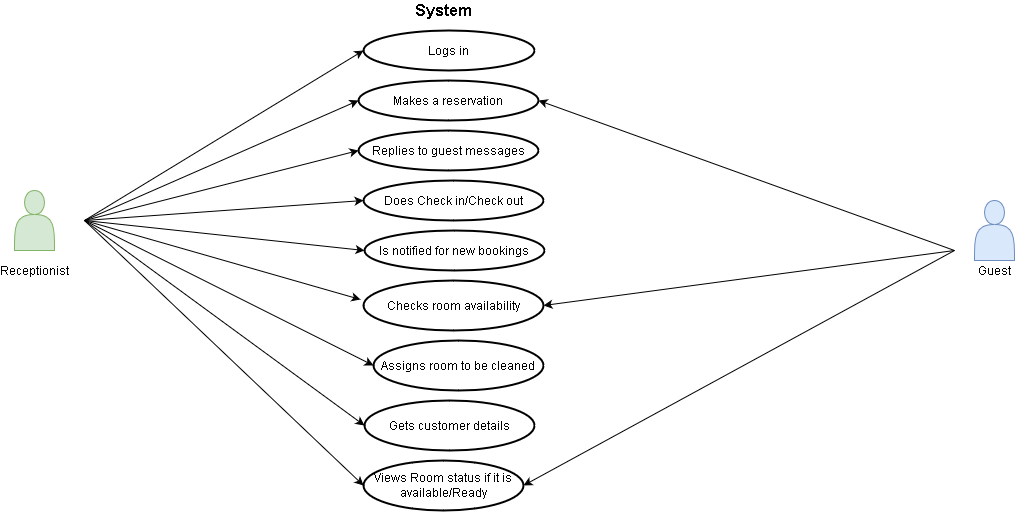
Earlier version of the draw.io export Diagrams/Use Case/Receptionist.png (Sonja17/Hotel-Management-System). Source tidied: cells renumbered, new cells last; positions are measured from the earlier drawing's top-left corner, leaving out a move shared by most shapes. Its diagram source:
```xml
<mxGraphModel>
  <root>
    <mxCell id="0" />
    <mxCell id="1" parent="0" />
    <mxCell id="2" style="shape=actor;whiteSpace=wrap;html=1;fillColor=#d5e8d4;strokeColor=#82b366;" parent="1" vertex="1">
      <mxGeometry y="190" width="40" height="60" as="geometry" />
    </mxCell>
    <mxCell id="3" value="Receptionist" style="text;html=1;strokeColor=none;fillColor=none;align=center;verticalAlign=middle;whiteSpace=wrap;rounded=0;" parent="1" vertex="1">
      <mxGeometry y="260" width="40" height="20" as="geometry" />
    </mxCell>
    <mxCell id="4" value="&lt;font style=&quot;font-size: 16px&quot;&gt;&lt;b&gt;System&lt;/b&gt;&lt;/font&gt;" style="text;html=1;strokeColor=none;fillColor=none;align=center;verticalAlign=middle;whiteSpace=wrap;rounded=0;" parent="1" vertex="1">
      <mxGeometry x="409" width="40" height="20" as="geometry" />
    </mxCell>
    <mxCell id="5" value="Logs in " style="strokeWidth=2;html=1;shape=mxgraph.flowchart.start_1;whiteSpace=wrap;" parent="1" vertex="1">
      <mxGeometry x="349" y="30" width="171" height="40" as="geometry" />
    </mxCell>
    <mxCell id="6" value="Makes a reservation" style="strokeWidth=2;html=1;shape=mxgraph.flowchart.start_1;whiteSpace=wrap;" parent="1" vertex="1">
      <mxGeometry x="344" y="80" width="180" height="40" as="geometry" />
    </mxCell>
    <mxCell id="7" value="Replies to guest messages" style="strokeWidth=2;html=1;shape=mxgraph.flowchart.start_1;whiteSpace=wrap;" parent="1" vertex="1">
      <mxGeometry x="344" y="130" width="180" height="40" as="geometry" />
    </mxCell>
    <mxCell id="8" value="Does Check in/Check out" style="strokeWidth=2;html=1;shape=mxgraph.flowchart.start_1;whiteSpace=wrap;" parent="1" vertex="1">
      <mxGeometry x="349" y="180" width="180" height="40" as="geometry" />
    </mxCell>
    <mxCell id="9" value="Is notified for new bookings" style="strokeWidth=2;html=1;shape=mxgraph.flowchart.start_1;whiteSpace=wrap;" parent="1" vertex="1">
      <mxGeometry x="350" y="230" width="180" height="40" as="geometry" />
    </mxCell>
    <mxCell id="10" value="Checks room availability" style="strokeWidth=2;html=1;shape=mxgraph.flowchart.start_1;whiteSpace=wrap;" parent="1" vertex="1">
      <mxGeometry x="349" y="280" width="180" height="50" as="geometry" />
    </mxCell>
    <mxCell id="11" value="Assigns room to be cleaned" style="strokeWidth=2;html=1;shape=mxgraph.flowchart.start_1;whiteSpace=wrap;" parent="1" vertex="1">
      <mxGeometry x="359" y="340" width="170" height="50" as="geometry" />
    </mxCell>
    <mxCell id="12" value="Gets customer details" style="strokeWidth=2;html=1;shape=mxgraph.flowchart.start_1;whiteSpace=wrap;" parent="1" vertex="1">
      <mxGeometry x="350" y="400" width="170" height="50" as="geometry" />
    </mxCell>
    <mxCell id="13" style="endArrow=classic;html=1;entryX=0;entryY=0.5;entryDx=0;entryDy=0;entryPerimeter=0;" parent="1" edge="1" target="5">
      <mxGeometry relative="1" as="geometry">
        <mxPoint x="70" y="220" as="sourcePoint" />
      </mxGeometry>
    </mxCell>
    <mxCell id="14" style="endArrow=classic;html=1;entryX=0;entryY=0.5;entryDx=0;entryDy=0;entryPerimeter=0;" parent="1" edge="1" target="6">
      <mxGeometry relative="1" as="geometry">
        <mxPoint x="70" y="220" as="sourcePoint" />
      </mxGeometry>
    </mxCell>
    <mxCell id="15" style="endArrow=classic;html=1;entryX=0;entryY=0.5;entryDx=0;entryDy=0;entryPerimeter=0;" parent="1" edge="1" target="8">
      <mxGeometry relative="1" as="geometry">
        <mxPoint x="70" y="220" as="sourcePoint" />
      </mxGeometry>
    </mxCell>
    <mxCell id="16" style="endArrow=classic;html=1;entryX=0;entryY=0.5;entryDx=0;entryDy=0;entryPerimeter=0;" parent="1" edge="1" target="7">
      <mxGeometry relative="1" as="geometry">
        <mxPoint x="70" y="220" as="sourcePoint" />
      </mxGeometry>
    </mxCell>
    <mxCell id="17" style="endArrow=classic;html=1;entryX=0;entryY=0.5;entryDx=0;entryDy=0;entryPerimeter=0;" parent="1" edge="1" target="9">
      <mxGeometry relative="1" as="geometry">
        <mxPoint x="70" y="220" as="sourcePoint" />
      </mxGeometry>
    </mxCell>
    <mxCell id="18" style="endArrow=classic;html=1;entryX=-0.017;entryY=0.38;entryDx=0;entryDy=0;entryPerimeter=0;" parent="1" edge="1" target="10">
      <mxGeometry relative="1" as="geometry">
        <mxPoint x="70" y="220" as="sourcePoint" />
      </mxGeometry>
    </mxCell>
    <mxCell id="19" style="endArrow=classic;html=1;entryX=0;entryY=0.5;entryDx=0;entryDy=0;entryPerimeter=0;" parent="1" edge="1" target="11">
      <mxGeometry relative="1" as="geometry">
        <mxPoint x="70" y="220" as="sourcePoint" />
      </mxGeometry>
    </mxCell>
    <mxCell id="20" style="endArrow=classic;html=1;entryX=0;entryY=0.5;entryDx=0;entryDy=0;entryPerimeter=0;" parent="1" edge="1" target="12">
      <mxGeometry relative="1" as="geometry">
        <mxPoint x="70" y="220" as="sourcePoint" />
      </mxGeometry>
    </mxCell>
    <mxCell id="21" style="shape=actor;whiteSpace=wrap;html=1;fillColor=#dae8fc;strokeColor=#6c8ebf;" parent="1" vertex="1">
      <mxGeometry x="960" y="200" width="40" height="60" as="geometry" />
    </mxCell>
    <mxCell id="22" value="Guest" style="text;html=1;strokeColor=none;fillColor=none;align=center;verticalAlign=middle;whiteSpace=wrap;rounded=0;" parent="1" vertex="1">
      <mxGeometry x="960" y="260" width="40" height="20" as="geometry" />
    </mxCell>
    <mxCell id="23" style="endArrow=classic;html=1;entryX=1;entryY=0.5;entryDx=0;entryDy=0;entryPerimeter=0;" parent="1" edge="1" target="6">
      <mxGeometry relative="1" as="geometry">
        <mxPoint x="940" y="250" as="sourcePoint" />
      </mxGeometry>
    </mxCell>
    <mxCell id="24" style="endArrow=classic;html=1;entryX=1;entryY=0.5;entryDx=0;entryDy=0;entryPerimeter=0;" parent="1" edge="1" target="10">
      <mxGeometry relative="1" as="geometry">
        <mxPoint x="940" y="250" as="sourcePoint" />
      </mxGeometry>
    </mxCell>
    <mxCell id="25" value="Views Room status if it is available/Ready" style="strokeWidth=2;html=1;shape=mxgraph.flowchart.start_1;whiteSpace=wrap;" parent="1" vertex="1">
      <mxGeometry x="349" y="460" width="160" height="50" as="geometry" />
    </mxCell>
    <mxCell id="26" style="endArrow=classic;html=1;entryX=0;entryY=0.5;entryDx=0;entryDy=0;entryPerimeter=0;" parent="1" edge="1" target="25">
      <mxGeometry relative="1" as="geometry">
        <mxPoint x="70" y="220" as="sourcePoint" />
      </mxGeometry>
    </mxCell>
    <mxCell id="27" style="endArrow=classic;html=1;entryX=1;entryY=0.5;entryDx=0;entryDy=0;entryPerimeter=0;" parent="1" edge="1" target="25">
      <mxGeometry relative="1" as="geometry">
        <mxPoint x="940" y="250" as="sourcePoint" />
      </mxGeometry>
    </mxCell>
  </root>
</mxGraphModel>
```
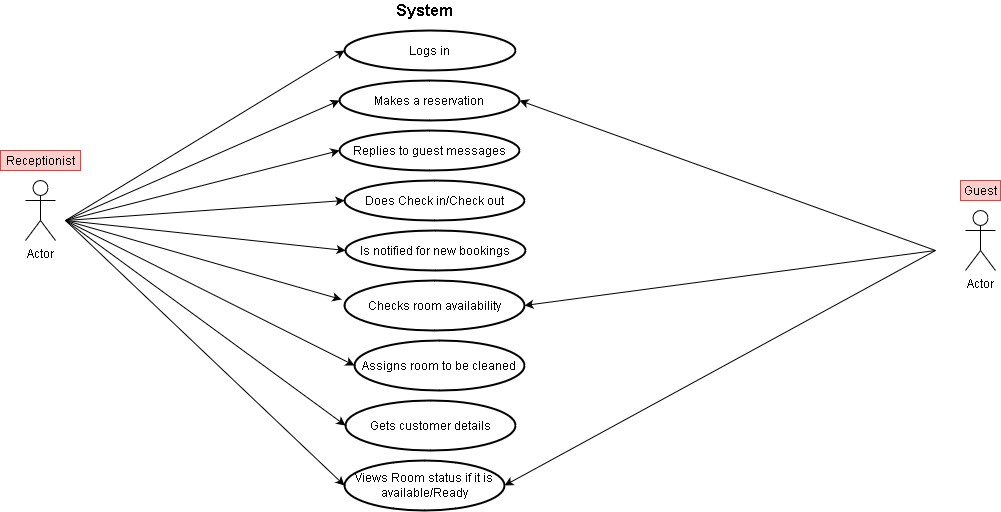
Above is the later version.

Diff of the diagram source:
```diff
@@ -2,12 +2,6 @@
   <root>
     <mxCell id="0" />
     <mxCell id="1" parent="0" />
-    <mxCell id="2" style="shape=actor;whiteSpace=wrap;html=1;fillColor=#d5e8d4;strokeColor=#82b366;" parent="1" vertex="1">
-      <mxGeometry y="190" width="40" height="60" as="geometry" />
-    </mxCell>
-    <mxCell id="3" value="Receptionist" style="text;html=1;strokeColor=none;fillColor=none;align=center;verticalAlign=middle;whiteSpace=wrap;rounded=0;" parent="1" vertex="1">
-      <mxGeometry y="260" width="40" height="20" as="geometry" />
-    </mxCell>
     <mxCell id="4" value="&lt;font style=&quot;font-size: 16px&quot;&gt;&lt;b&gt;System&lt;/b&gt;&lt;/font&gt;" style="text;html=1;strokeColor=none;fillColor=none;align=center;verticalAlign=middle;whiteSpace=wrap;rounded=0;" parent="1" vertex="1">
       <mxGeometry x="409" width="40" height="20" as="geometry" />
     </mxCell>
@@ -75,11 +69,8 @@
         <mxPoint x="70" y="220" as="sourcePoint" />
       </mxGeometry>
     </mxCell>
-    <mxCell id="21" style="shape=actor;whiteSpace=wrap;html=1;fillColor=#dae8fc;strokeColor=#6c8ebf;" parent="1" vertex="1">
-      <mxGeometry x="960" y="200" width="40" height="60" as="geometry" />
-    </mxCell>
-    <mxCell id="22" value="Guest" style="text;html=1;strokeColor=none;fillColor=none;align=center;verticalAlign=middle;whiteSpace=wrap;rounded=0;" parent="1" vertex="1">
-      <mxGeometry x="960" y="260" width="40" height="20" as="geometry" />
+    <mxCell id="22" value="Guest" style="text;html=1;strokeColor=#b85450;fillColor=#f8cecc;align=center;verticalAlign=middle;whiteSpace=wrap;rounded=0;" parent="1" vertex="1">
+      <mxGeometry x="965" y="180" width="40" height="20" as="geometry" />
     </mxCell>
     <mxCell id="23" style="endArrow=classic;html=1;entryX=1;entryY=0.5;entryDx=0;entryDy=0;entryPerimeter=0;" parent="1" edge="1" target="6">
       <mxGeometry relative="1" as="geometry">
@@ -104,5 +95,14 @@
         <mxPoint x="940" y="250" as="sourcePoint" />
       </mxGeometry>
     </mxCell>
+    <mxCell id="28" value="Actor" style="shape=umlActor;verticalLabelPosition=bottom;labelBackgroundColor=#ffffff;verticalAlign=top;html=1;" parent="1" vertex="1">
+      <mxGeometry x="30" y="180" width="30" height="60" as="geometry" />
+    </mxCell>
+    <mxCell id="29" value="Actor" style="shape=umlActor;verticalLabelPosition=bottom;labelBackgroundColor=#ffffff;verticalAlign=top;html=1;" parent="1" vertex="1">
+      <mxGeometry x="970" y="210" width="30" height="60" as="geometry" />
+    </mxCell>
+    <mxCell id="3" value="Receptionist" style="text;html=1;align=center;verticalAlign=middle;fillColor=#f8cecc;strokeColor=#b85450;" parent="1" vertex="1">
+      <mxGeometry x="5" y="150" width="80" height="20" as="geometry" />
+    </mxCell>
   </root>
 </mxGraphModel>
```
